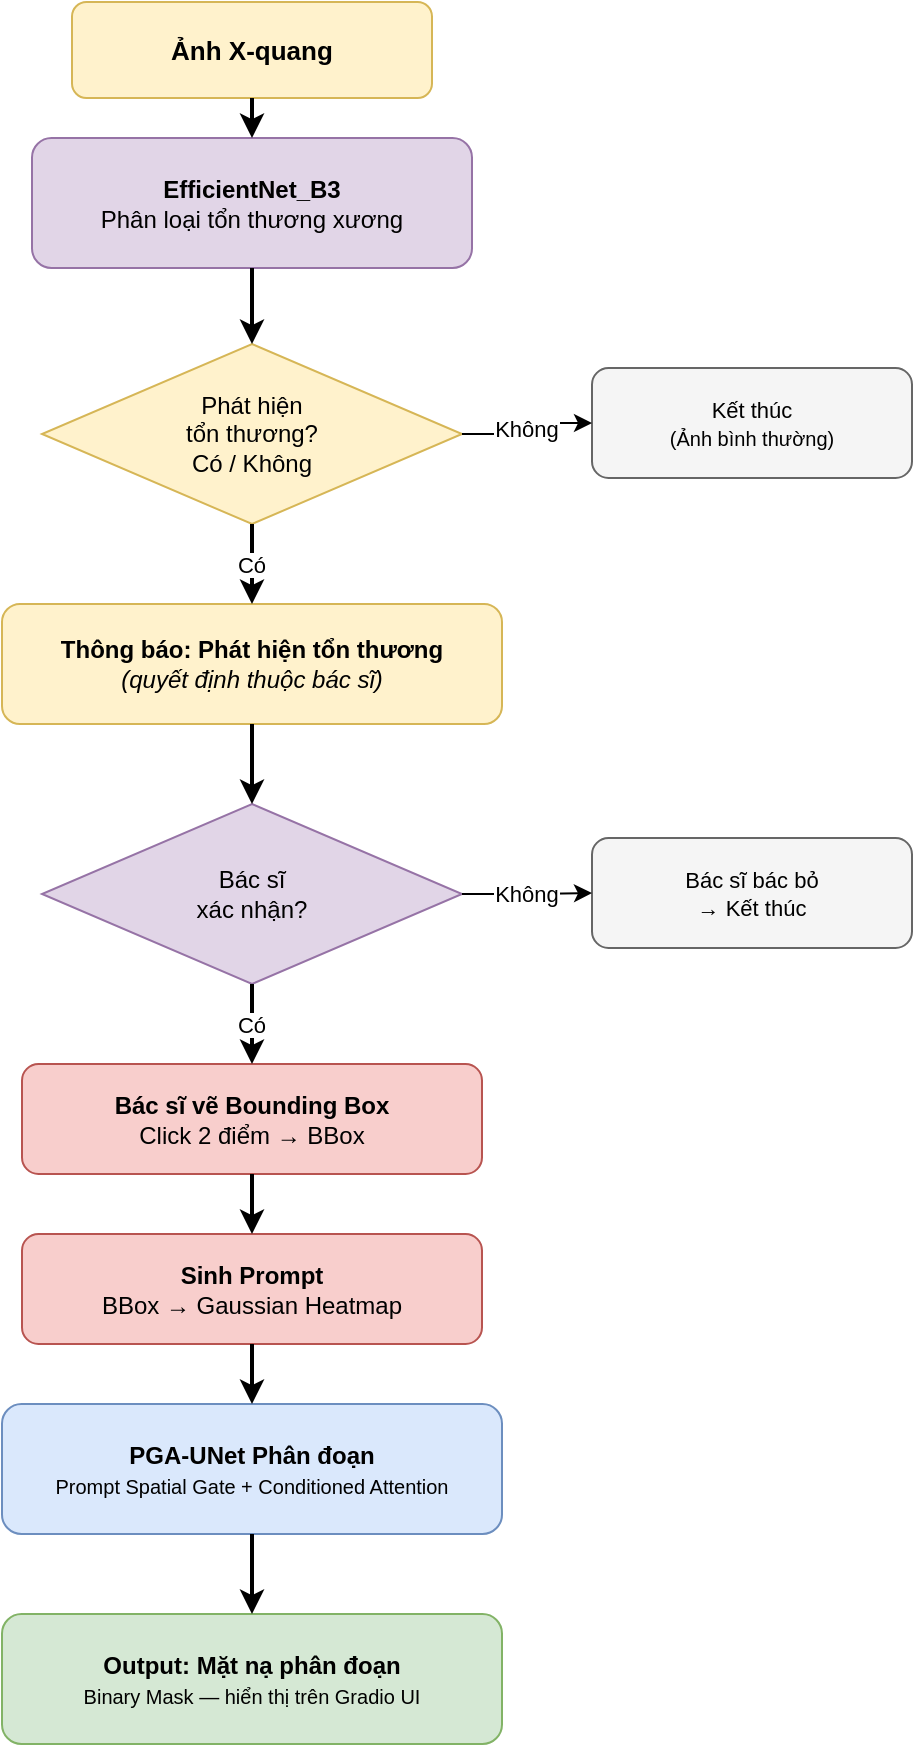
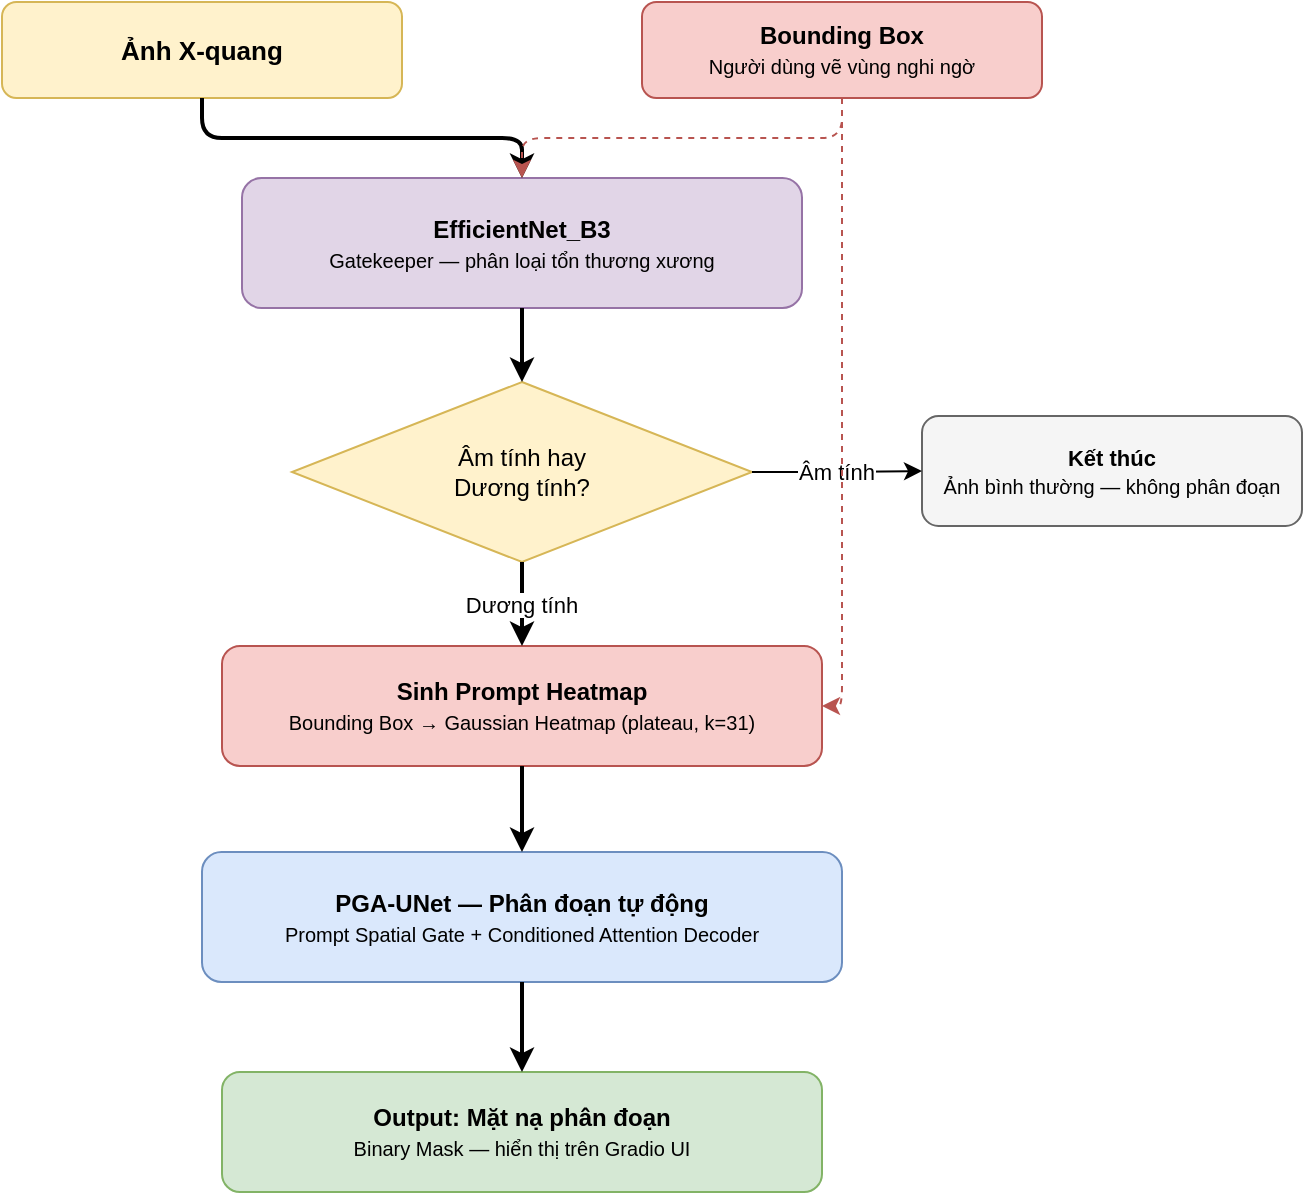
<mxfile host="65bd71144e">
    <diagram name="4. Inference Pipeline" id="inferencepipeline">
-         <mxGraphModel dx="1042" dy="124" grid="1" gridSize="10" guides="1" tooltips="1" connect="1" arrows="1" fold="1" page="1" pageScale="1" pageWidth="900" pageHeight="900" math="0" shadow="0">
+         <mxGraphModel dx="1042" dy="124" grid="1" gridSize="10" guides="1" tooltips="1" connect="1" arrows="1" fold="1" page="1" pageScale="1" pageWidth="860" pageHeight="820" math="0" shadow="0">
            <root>
                <mxCell id="0"/>
                <mxCell id="1" parent="0"/>
+ 
+                 <!-- ===== INPUTS (side by side) ===== -->
                <mxCell id="xray" value="&lt;b&gt;Ảnh X-quang&lt;/b&gt;" style="rounded=1;whiteSpace=wrap;html=1;fillColor=#fff2cc;strokeColor=#d6b656;fontSize=13;" parent="1" vertex="1">
-                     <mxGeometry x="330" y="15" width="180" height="48" as="geometry"/>
+                     <mxGeometry x="160" y="20" width="200" height="48" as="geometry"/>
                </mxCell>
-                 <mxCell id="gate" value="&lt;b&gt;EfficientNet_B3&lt;/b&gt;&lt;br&gt;Phân loại tổn thương xương" style="rounded=1;whiteSpace=wrap;html=1;fillColor=#e1d5e7;strokeColor=#9673a6;fontSize=12;" parent="1" vertex="1">
-                     <mxGeometry x="310" y="83" width="220" height="65" as="geometry"/>
+                 <mxCell id="bbox_in" value="&lt;b&gt;Bounding Box&lt;/b&gt;&lt;br&gt;&lt;font style=&quot;font-size:10px;&quot;&gt;Người dùng vẽ vùng nghi ngờ&lt;/font&gt;" style="rounded=1;whiteSpace=wrap;html=1;fillColor=#f8cecc;strokeColor=#b85450;fontSize=12;" parent="1" vertex="1">
+                     <mxGeometry x="480" y="20" width="200" height="48" as="geometry"/>
                </mxCell>
-                 <mxCell id="dec1" value="Phát hiện&lt;br&gt;tổn thương?&lt;div&gt;Có / Không&lt;/div&gt;" style="rhombus;whiteSpace=wrap;html=1;fillColor=#fff2cc;strokeColor=#d6b656;fontSize=12;" parent="1" vertex="1">
-                     <mxGeometry x="315" y="186" width="210" height="90" as="geometry"/>
+ 
+                 <!-- ===== GATEKEEPER ===== -->
+                 <mxCell id="gate" value="&lt;b&gt;EfficientNet_B3&lt;/b&gt;&lt;br&gt;&lt;font style=&quot;font-size:10px;&quot;&gt;Gatekeeper — phân loại tổn thương xương&lt;/font&gt;" style="rounded=1;whiteSpace=wrap;html=1;fillColor=#e1d5e7;strokeColor=#9673a6;fontSize=12;" parent="1" vertex="1">
+                     <mxGeometry x="280" y="108" width="280" height="65" as="geometry"/>
                </mxCell>
-                 <mxCell id="no1" value="Kết thúc&lt;br&gt;&lt;font style=&quot;font-size:10px;&quot;&gt;(Ảnh bình thường)&lt;/font&gt;" style="rounded=1;whiteSpace=wrap;html=1;fillColor=#f5f5f5;strokeColor=#666666;fontSize=11;" parent="1" vertex="1">
-                     <mxGeometry x="590" y="198" width="160" height="55" as="geometry"/>
+ 
+                 <!-- ===== DECISION ===== -->
+                 <mxCell id="dec" value="Âm tính hay&lt;br&gt;Dương tính?" style="rhombus;whiteSpace=wrap;html=1;fillColor=#fff2cc;strokeColor=#d6b656;fontSize=12;" parent="1" vertex="1">
+                     <mxGeometry x="305" y="210" width="230" height="90" as="geometry"/>
                </mxCell>
-                 <mxCell id="notif" value="&lt;b&gt;Thông báo: Phát hiện tổn thương&lt;/b&gt;&lt;br&gt;&lt;i&gt;(quyết định thuộc bác sĩ)&lt;/i&gt;" style="rounded=1;whiteSpace=wrap;html=1;fillColor=#fff2cc;strokeColor=#d6b656;fontSize=12;" parent="1" vertex="1">
-                     <mxGeometry x="295" y="316" width="250" height="60" as="geometry"/>
+ 
+                 <!-- ===== NEGATIVE branch ===== -->
+                 <mxCell id="stop" value="&lt;b&gt;Kết thúc&lt;/b&gt;&lt;br&gt;&lt;font style=&quot;font-size:10px;&quot;&gt;Ảnh bình thường — không phân đoạn&lt;/font&gt;" style="rounded=1;whiteSpace=wrap;html=1;fillColor=#f5f5f5;strokeColor=#666666;fontSize=11;" parent="1" vertex="1">
+                     <mxGeometry x="620" y="227" width="190" height="55" as="geometry"/>
                </mxCell>
-                 <mxCell id="dec2" value="Bác sĩ&lt;br&gt;xác nhận?" style="rhombus;whiteSpace=wrap;html=1;fillColor=#e1d5e7;strokeColor=#9673a6;fontSize=12;" parent="1" vertex="1">
-                     <mxGeometry x="315" y="416" width="210" height="90" as="geometry"/>
+ 
+                 <!-- ===== POSITIVE branch ===== -->
+                 <mxCell id="prompt0" value="&lt;b&gt;Sinh Prompt Heatmap&lt;/b&gt;&lt;br&gt;&lt;font style=&quot;font-size:10px;&quot;&gt;Bounding Box → Gaussian Heatmap (plateau, k=31)&lt;/font&gt;" style="rounded=1;whiteSpace=wrap;html=1;fillColor=#f8cecc;strokeColor=#b85450;fontSize=12;" parent="1" vertex="1">
+                     <mxGeometry x="270" y="342" width="300" height="60" as="geometry"/>
                </mxCell>
-                 <mxCell id="no2" value="Bác sĩ bác bỏ&lt;br&gt;→ Kết thúc" style="rounded=1;whiteSpace=wrap;html=1;fillColor=#f5f5f5;strokeColor=#666666;fontSize=11;" parent="1" vertex="1">
-                     <mxGeometry x="590" y="433" width="160" height="55" as="geometry"/>
+ 
+                 <!-- ===== PGA-UNet ===== -->
+                 <mxCell id="pga" value="&lt;b&gt;PGA-UNet — Phân đoạn tự động&lt;/b&gt;&lt;br&gt;&lt;font style=&quot;font-size:10px;&quot;&gt;Prompt Spatial Gate + Conditioned Attention Decoder&lt;/font&gt;" style="rounded=1;whiteSpace=wrap;html=1;fillColor=#dae8fc;strokeColor=#6c8ebf;fontSize=12;" parent="1" vertex="1">
+                     <mxGeometry x="260" y="445" width="320" height="65" as="geometry"/>
                </mxCell>
-                 <mxCell id="vetprompt" value="&lt;b&gt;Bác sĩ vẽ Bounding Box&lt;/b&gt;&lt;br&gt;Click 2 điểm → BBox" style="rounded=1;whiteSpace=wrap;html=1;fillColor=#f8cecc;strokeColor=#b85450;fontSize=12;" parent="1" vertex="1">
-                     <mxGeometry x="305" y="546" width="230" height="55" as="geometry"/>
+ 
+                 <!-- ===== OUTPUT ===== -->
+                 <mxCell id="out" value="&lt;b&gt;Output: Mặt nạ phân đoạn&lt;/b&gt;&lt;br&gt;&lt;font style=&quot;font-size:10px;&quot;&gt;Binary Mask — hiển thị trên Gradio UI&lt;/font&gt;" style="rounded=1;whiteSpace=wrap;html=1;fillColor=#d5e8d4;strokeColor=#82b366;fontSize=12;" parent="1" vertex="1">
+                     <mxGeometry x="270" y="555" width="300" height="60" as="geometry"/>
                </mxCell>
-                 <mxCell id="prompt0" value="&lt;b&gt;Sinh Prompt&lt;/b&gt;&lt;br&gt;BBox → Gaussian Heatmap" style="rounded=1;whiteSpace=wrap;html=1;fillColor=#f8cecc;strokeColor=#b85450;fontSize=12;" parent="1" vertex="1">
-                     <mxGeometry x="305" y="631" width="230" height="55" as="geometry"/>
+ 
+                 <!-- ===== ARROWS ===== -->
+                 <!-- Ảnh → Gatekeeper -->
+                 <mxCell id="a1" value="" style="edgeStyle=orthogonalEdgeStyle;strokeWidth=2;" parent="1" source="xray" target="gate" edge="1">
+                     <mxGeometry relative="1" as="geometry"/>
                </mxCell>
-                 <mxCell id="pga" value="&lt;b&gt;PGA-UNet Phân đoạn&lt;/b&gt;&lt;br&gt;&lt;font style=&quot;font-size:10px;&quot;&gt;Prompt Spatial Gate + Conditioned Attention&lt;/font&gt;" style="rounded=1;whiteSpace=wrap;html=1;fillColor=#dae8fc;strokeColor=#6c8ebf;fontSize=12;" parent="1" vertex="1">
-                     <mxGeometry x="295" y="716" width="250" height="65" as="geometry"/>
+                 <!-- BBox → Gatekeeper (nét đứt, không ảnh hưởng kết quả phân loại) -->
+                 <mxCell id="a_bbox_gate" value="" style="edgeStyle=orthogonalEdgeStyle;strokeWidth=1;dashed=1;strokeColor=#b85450;" parent="1" source="bbox_in" target="gate" edge="1">
+                     <mxGeometry relative="1" as="geometry"/>
                </mxCell>
-                 <mxCell id="out" value="&lt;b&gt;Output: Mặt nạ phân đoạn&lt;/b&gt;&lt;br&gt;&lt;font style=&quot;font-size:10px;&quot;&gt;Binary Mask — hiển thị trên Gradio UI&lt;/font&gt;" style="rounded=1;whiteSpace=wrap;html=1;fillColor=#d5e8d4;strokeColor=#82b366;fontSize=12;" parent="1" vertex="1">
-                     <mxGeometry x="295" y="821" width="250" height="65" as="geometry"/>
+                 <!-- Gatekeeper → Decision -->
+                 <mxCell id="a2" value="" style="edgeStyle=orthogonalEdgeStyle;strokeWidth=2;" parent="1" source="gate" target="dec" edge="1">
+                     <mxGeometry relative="1" as="geometry"/>
                </mxCell>
-                 <!-- ARROWS -->
-                 <mxCell id="a1" value="" style="edgeStyle=orthogonalEdgeStyle;strokeWidth=2;" parent="1" source="xray"    target="gate"     edge="1"><mxGeometry relative="1" as="geometry"/></mxCell>
-                 <mxCell id="a2" value="" style="edgeStyle=orthogonalEdgeStyle;strokeWidth=2;" parent="1" source="gate"    target="dec1"     edge="1"><mxGeometry relative="1" as="geometry"/></mxCell>
-                 <mxCell id="a3" value="Không" style="edgeStyle=orthogonalEdgeStyle;fontSize=11;" parent="1" source="dec1" target="no1"  edge="1"><mxGeometry relative="1" as="geometry"/></mxCell>
-                 <mxCell id="a4" value="Có" style="edgeStyle=orthogonalEdgeStyle;strokeWidth=2;fontSize=11;" parent="1" source="dec1" target="notif"  edge="1"><mxGeometry relative="1" as="geometry"/></mxCell>
-                 <mxCell id="a5" value="" style="edgeStyle=orthogonalEdgeStyle;strokeWidth=2;" parent="1" source="notif"   target="dec2"     edge="1"><mxGeometry relative="1" as="geometry"/></mxCell>
-                 <mxCell id="a6" value="Không" style="edgeStyle=orthogonalEdgeStyle;fontSize=11;" parent="1" source="dec2" target="no2"  edge="1"><mxGeometry relative="1" as="geometry"/></mxCell>
-                 <mxCell id="a7" value="Có" style="edgeStyle=orthogonalEdgeStyle;strokeWidth=2;fontSize=11;" parent="1" source="dec2" target="vetprompt" edge="1"><mxGeometry relative="1" as="geometry"/></mxCell>
-                 <mxCell id="a8" value="" style="edgeStyle=orthogonalEdgeStyle;strokeWidth=2;" parent="1" source="vetprompt" target="prompt0" edge="1"><mxGeometry relative="1" as="geometry"/></mxCell>
-                 <mxCell id="a9" value="" style="edgeStyle=orthogonalEdgeStyle;strokeWidth=2;" parent="1" source="prompt0"  target="pga"      edge="1"><mxGeometry relative="1" as="geometry"/></mxCell>
-                 <mxCell id="a10" value="" style="edgeStyle=orthogonalEdgeStyle;strokeWidth=2;" parent="1" source="pga"     target="out"      edge="1"><mxGeometry relative="1" as="geometry"/></mxCell>
+                 <!-- Decision → Stop (âm tính) -->
+                 <mxCell id="a3" value="Âm tính" style="edgeStyle=orthogonalEdgeStyle;fontSize=11;" parent="1" source="dec" target="stop" edge="1">
+                     <mxGeometry relative="1" as="geometry"/>
+                 </mxCell>
+                 <!-- Decision → Prompt (dương tính) -->
+                 <mxCell id="a4" value="Dương tính" style="edgeStyle=orthogonalEdgeStyle;strokeWidth=2;fontSize=11;" parent="1" source="dec" target="prompt0" edge="1">
+                     <mxGeometry relative="1" as="geometry"/>
+                 </mxCell>
+                 <!-- BBox → Prompt (nét đứt, BBox được dùng để sinh heatmap) -->
+                 <mxCell id="a_bbox_prompt" value="" style="edgeStyle=orthogonalEdgeStyle;strokeWidth=1;dashed=1;strokeColor=#b85450;" parent="1" source="bbox_in" target="prompt0" edge="1">
+                     <mxGeometry relative="1" as="geometry">
+                         <Array as="points">
+                             <mxPoint x="580" y="255"/>
+                             <mxPoint x="580" y="372"/>
+                         </Array>
+                     </mxGeometry>
+                 </mxCell>
+                 <!-- Prompt → PGA-UNet -->
+                 <mxCell id="a5" value="" style="edgeStyle=orthogonalEdgeStyle;strokeWidth=2;" parent="1" source="prompt0" target="pga" edge="1">
+                     <mxGeometry relative="1" as="geometry"/>
+                 </mxCell>
+                 <!-- PGA-UNet → Output -->
+                 <mxCell id="a6" value="" style="edgeStyle=orthogonalEdgeStyle;strokeWidth=2;" parent="1" source="pga" target="out" edge="1">
+                     <mxGeometry relative="1" as="geometry"/>
+                 </mxCell>
+ 
            </root>
        </mxGraphModel>
    </diagram>
</mxfile>
